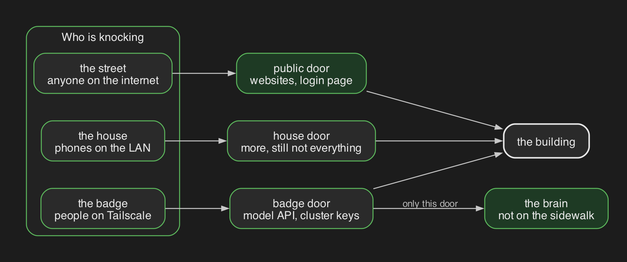
This is content/post/self-hosting-an-ai-cdn/three-doors.png from rajsinghtech/portfolio, a Graphviz export, as it was before one commit. Its source is kept beside it as content/post/self-hosting-an-ai-cdn/three-doors.dot.
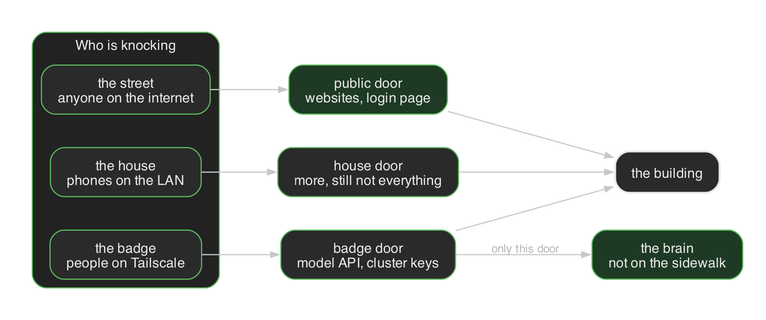
Later version of the same file.

What changed in the source:
```diff
@@ -1,6 +1,6 @@
 digraph doors {
   graph [
-    rankdir=LR, splines=spline, bgcolor="#1c1c1c",
+    rankdir=LR, splines=spline, bgcolor="transparent",
     fontname="Helvetica", fontsize=12, pad=0.28, nodesep=0.4, ranksep=0.8,
     fontcolor="#e8e8e8"
   ];
```
